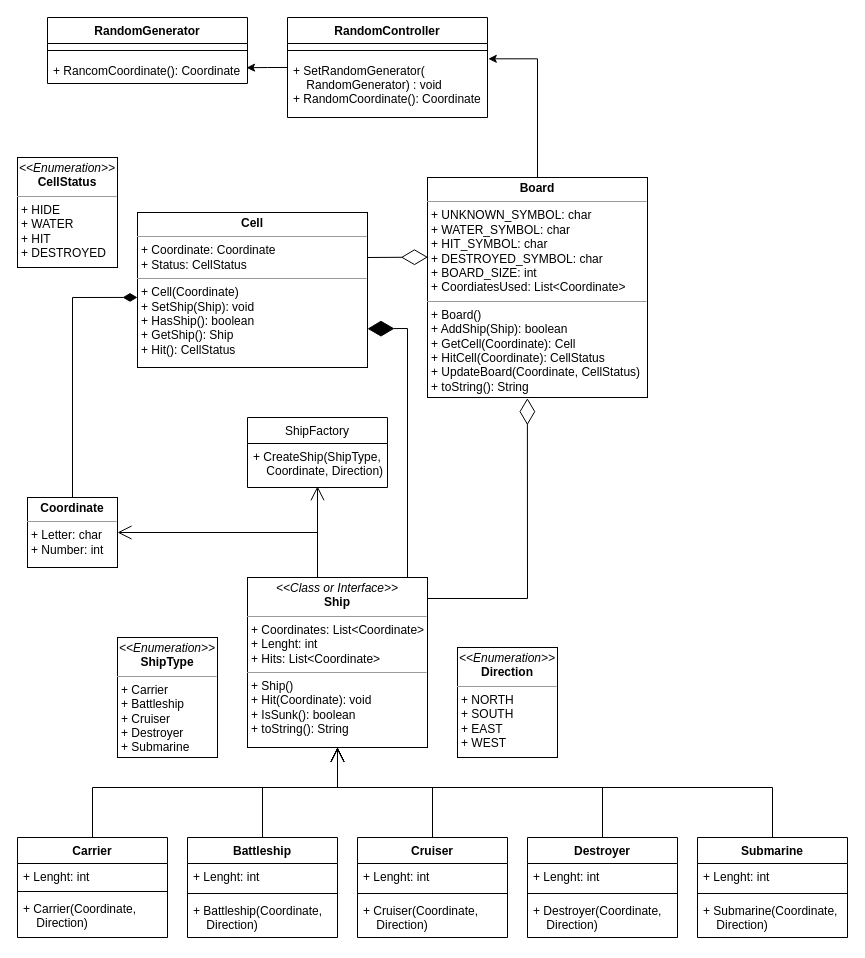
Earlier version of the draw.io diagram UML.drawio (CesarSnake/Battleship). Source tidied: cells renumbered, new cells numbered last; positions are measured from the earlier drawing's top-left corner, leaving out a move shared by most shapes. Both pictures are drawn from the tidied source at 100%, with x=0, y=0 at pixel (17, 17).
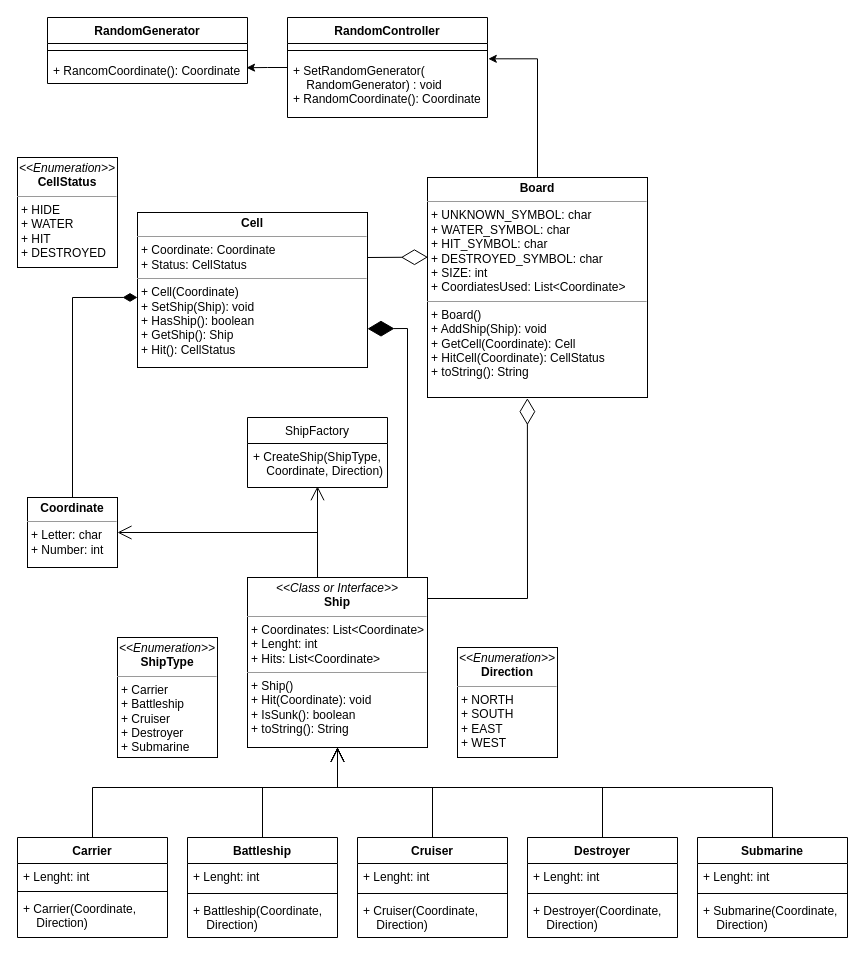
The same diagram, later.

Commit message (it also covers changes not shown here):
Added Board Tests [Broke build] pending to implement Board class

Diff of the diagram source:
```diff
@@
-    <mxCell id="26" value="&lt;p style=&quot;margin: 0px ; margin-top: 4px ; text-align: center&quot;&gt;&lt;b&gt;Board&lt;/b&gt;&lt;/p&gt;&lt;hr size=&quot;1&quot;&gt;&lt;p style=&quot;margin: 0px 0px 0px 4px&quot;&gt;+ UNKNOWN_SYMBOL: char&lt;/p&gt;&lt;p style=&quot;margin: 0px ; margin-left: 4px&quot;&gt;+ WATER_SYMBOL: char&lt;br&gt;&lt;/p&gt;&lt;p style=&quot;margin: 0px ; margin-left: 4px&quot;&gt;&lt;span&gt;+ HIT_SYMBOL: char&lt;/span&gt;&lt;br&gt;&lt;/p&gt;&lt;p style=&quot;margin: 0px ; margin-left: 4px&quot;&gt;+ DESTROYED_SYMBOL: char&lt;br&gt;+ BOARD_SIZE: int&lt;br&gt;+ CoordiatesUsed: List&amp;lt;Coordinate&amp;gt;&lt;/p&gt;&lt;hr size=&quot;1&quot;&gt;&lt;p style=&quot;margin: 0px ; margin-left: 4px&quot;&gt;+ Board()&lt;/p&gt;&lt;p style=&quot;margin: 0px ; margin-left: 4px&quot;&gt;+ AddShip(Ship): boolean&lt;/p&gt;&lt;p style=&quot;margin: 0px ; margin-left: 4px&quot;&gt;+ GetCell(Coordinate): Cell&lt;br&gt;&lt;/p&gt;&lt;p style=&quot;margin: 0px ; margin-left: 4px&quot;&gt;+ HitCell(Coordinate): CellStatus&lt;/p&gt;&lt;p style=&quot;margin: 0px ; margin-left: 4px&quot;&gt;+ UpdateBoard(Coordinate, CellStatus)&lt;/p&gt;&lt;p style=&quot;margin: 0px ; margin-left: 4px&quot;&gt;+ toString(): String&lt;/p&gt;&lt;p style=&quot;margin: 0px ; margin-left: 4px&quot;&gt;&lt;br&gt;&lt;/p&gt;" style="verticalAlign=top;align=left;overflow=fill;fontSize=12;fontFamily=Helvetica;html=1;" parent="1" vertex="1">
+    <mxCell id="26" value="&lt;p style=&quot;margin: 0px ; margin-top: 4px ; text-align: center&quot;&gt;&lt;b&gt;Board&lt;/b&gt;&lt;/p&gt;&lt;hr size=&quot;1&quot;&gt;&lt;p style=&quot;margin: 0px 0px 0px 4px&quot;&gt;+ UNKNOWN_SYMBOL: char&lt;/p&gt;&lt;p style=&quot;margin: 0px ; margin-left: 4px&quot;&gt;+ WATER_SYMBOL: char&lt;br&gt;&lt;/p&gt;&lt;p style=&quot;margin: 0px ; margin-left: 4px&quot;&gt;&lt;span&gt;+ HIT_SYMBOL: char&lt;/span&gt;&lt;br&gt;&lt;/p&gt;&lt;p style=&quot;margin: 0px ; margin-left: 4px&quot;&gt;+ DESTROYED_SYMBOL: char&lt;br&gt;+ SIZE: int&lt;br&gt;+ CoordiatesUsed: List&amp;lt;Coordinate&amp;gt;&lt;/p&gt;&lt;hr size=&quot;1&quot;&gt;&lt;p style=&quot;margin: 0px ; margin-left: 4px&quot;&gt;+ Board()&lt;/p&gt;&lt;p style=&quot;margin: 0px ; margin-left: 4px&quot;&gt;+ AddShip(Ship): void&lt;/p&gt;&lt;p style=&quot;margin: 0px ; margin-left: 4px&quot;&gt;+ GetCell(Coordinate): Cell&lt;br&gt;&lt;/p&gt;&lt;p style=&quot;margin: 0px ; margin-left: 4px&quot;&gt;+ HitCell(Coordinate): CellStatus&lt;/p&gt;&lt;p style=&quot;margin: 0px ; margin-left: 4px&quot;&gt;+ toString(): String&lt;/p&gt;&lt;p style=&quot;margin: 0px ; margin-left: 4px&quot;&gt;&lt;br&gt;&lt;/p&gt;" style="verticalAlign=top;align=left;overflow=fill;fontSize=12;fontFamily=Helvetica;html=1;" parent="1" vertex="1">
       <mxGeometry x="410" y="160" width="220" height="220" as="geometry" />
     </mxCell>
```
